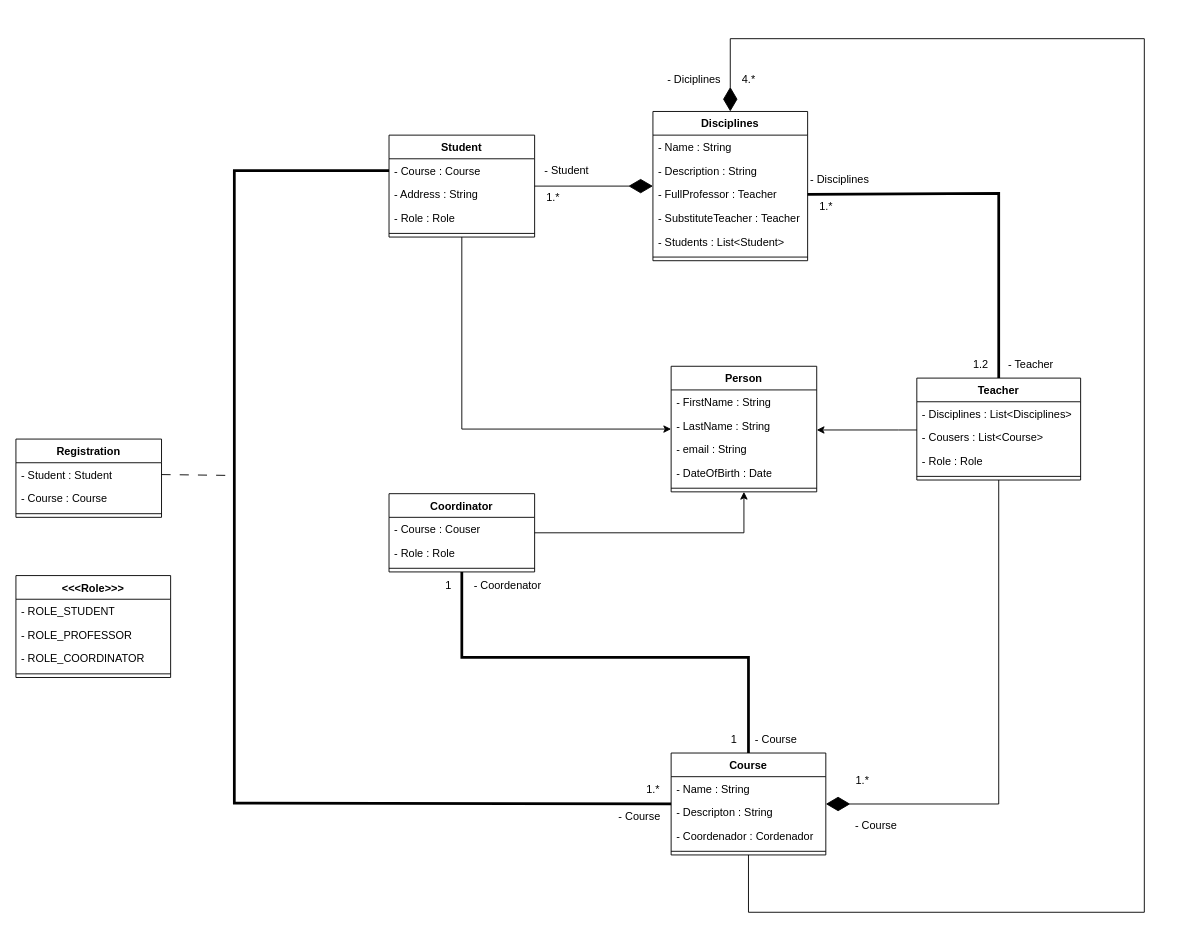
This is Docs/ClassDriagram.drawio from Eduardo-Decarli/University-Manager, a draw.io file, before an edit. Source tidied: cells renumbered, new cells numbered last; positions are measured from the earlier drawing's top-left corner, leaving out a move shared by most shapes. Both pictures are drawn from the tidied source at 91%, with x=0, y=0 at pixel (15, 38).
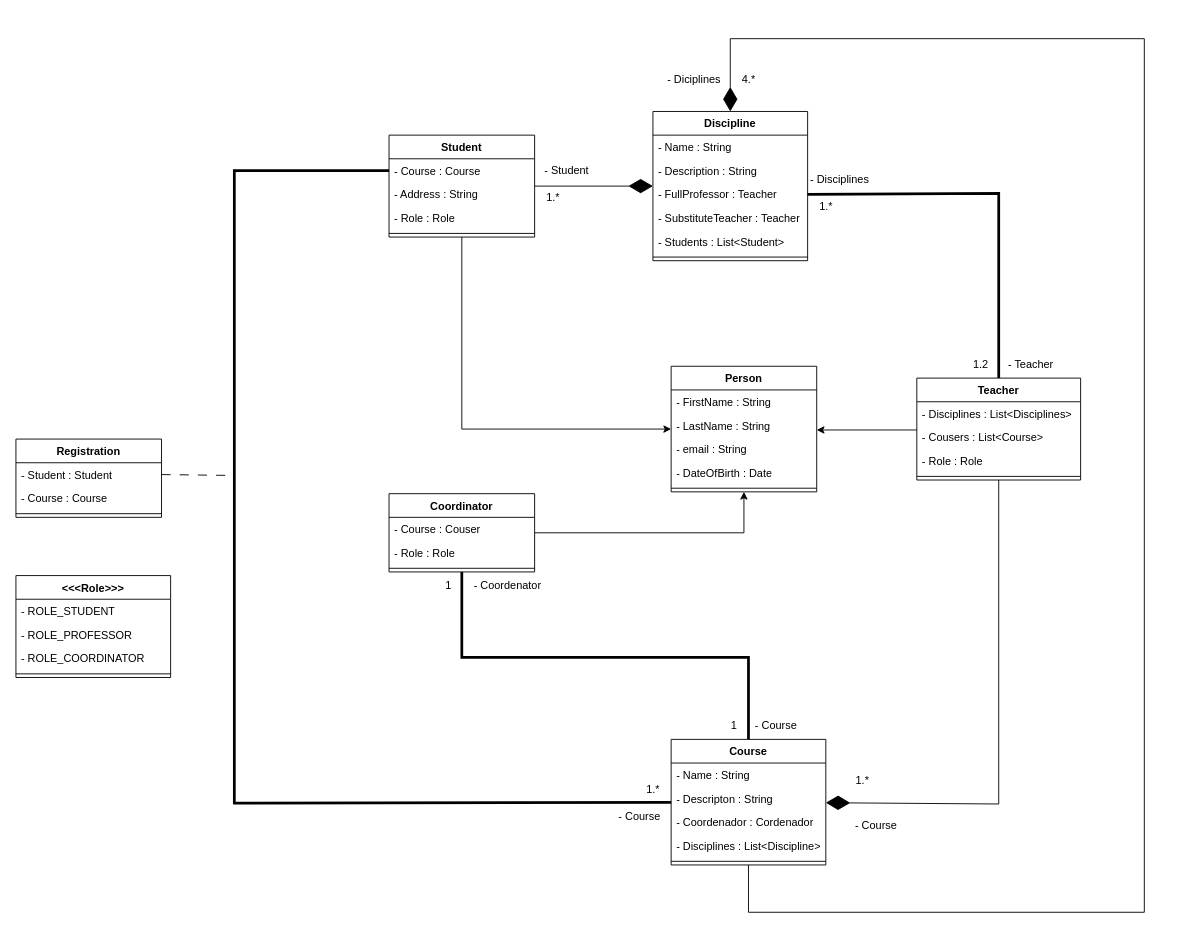
After the change.

Commit message (it also covers changes not shown here):
:bug: fix: Course Class

What changed in the source:
```diff
@@
-    <mxCell id="26" value="Disciplines" style="swimlane;fontStyle=1;align=center;verticalAlign=top;horizontal=1;startSize=26;whiteSpace=wrap;html=1;" parent="1" vertex="1">
+    <mxCell id="26" value="Discipline" style="swimlane;fontStyle=1;align=center;verticalAlign=top;horizontal=1;startSize=26;whiteSpace=wrap;html=1;" parent="1" vertex="1">
       <mxGeometry x="700" y="80" width="170" height="164" as="geometry" />
     </mxCell>
@@
     <mxCell id="40" value="Course" style="swimlane;fontStyle=1;align=center;verticalAlign=top;horizontal=1;startSize=26;whiteSpace=wrap;html=1;" parent="1" vertex="1">
-      <mxGeometry x="720" y="785" width="170" height="112" as="geometry" />
+      <mxGeometry x="720" y="770" width="170" height="138" as="geometry" />
     </mxCell>
@@
+    <mxCell id="69" value="- Disciplines : List&amp;lt;Discipline&amp;gt;" style="text;strokeColor=none;fillColor=none;align=left;verticalAlign=top;spacingLeft=4;spacingRight=4;overflow=hidden;whiteSpace=wrap;html=1;" parent="40" vertex="1">
+      <mxGeometry y="104" width="170" height="26" as="geometry" />
+    </mxCell>
     <mxCell id="44" style="line;strokeWidth=1;fillColor=none;align=left;verticalAlign=middle;spacingTop=-1;spacingLeft=3;spacingRight=3;labelPosition=right;strokeColor=inherit;" parent="40" vertex="1">
-      <mxGeometry y="104" width="170" height="8" as="geometry" />
+      <mxGeometry y="130" width="170" height="8" as="geometry" />
     </mxCell>
@@
     <mxCell id="53" value="- Course" style="text;html=1;align=center;verticalAlign=middle;strokeColor=none;fillColor=none;" parent="1" vertex="1">
-      <mxGeometry x="800" y="755" width="70" height="30" as="geometry" />
+      <mxGeometry x="800" y="740" width="70" height="30" as="geometry" />
     </mxCell>
     <mxCell id="54" value="1" style="text;html=1;align=center;verticalAlign=middle;strokeColor=none;fillColor=none;" parent="1" vertex="1">
-      <mxGeometry x="774" y="755" width="30" height="30" as="geometry" />
+      <mxGeometry x="774" y="740" width="30" height="30" as="geometry" />
     </mxCell>
```
